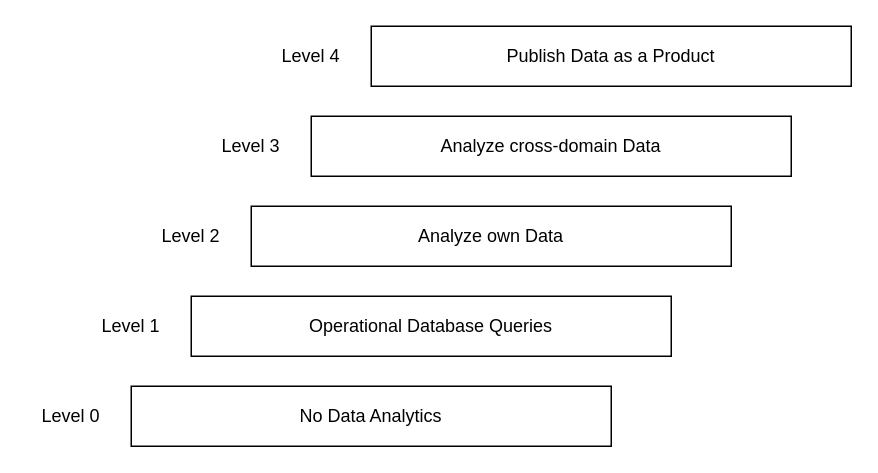
This is page "Status Quo" (1 of 2) of diagrams/domainteamjourney.drawio from datamesh-architecture/datamesh-architecture.com, a draw.io file, before an edit. Source tidied: cells renumbered, new cells numbered last; positions are measured from the earlier drawing's top-left corner, leaving out a move shared by most shapes. Both pictures are drawn from the tidied source at 150%, with x=0, y=0 at pixel (26, 26).
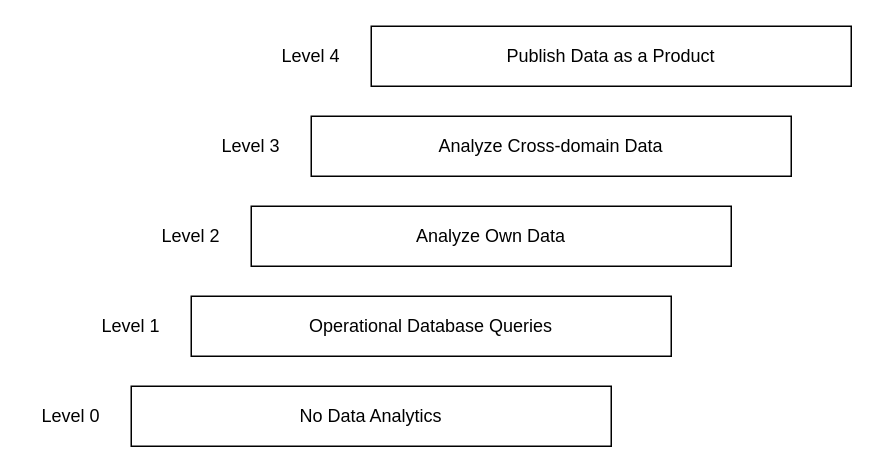
The same diagram, later.

What changed in the source:
```diff
@@
 <mxGraphModel>
   <root>
     <mxCell id="0" />
     <mxCell id="1" parent="0" />
     <mxCell id="2" value="No Data Analytics" style="rounded=0;whiteSpace=wrap;html=1;" parent="1" vertex="1">
       <mxGeometry x="70" y="240" width="320" height="40" as="geometry" />
     </mxCell>
     <mxCell id="3" value="Operational Database Queries" style="rounded=0;whiteSpace=wrap;html=1;" parent="1" vertex="1">
       <mxGeometry x="110" y="180" width="320" height="40" as="geometry" />
     </mxCell>
-    <mxCell id="4" value="Analyze own Data" style="rounded=0;whiteSpace=wrap;html=1;" parent="1" vertex="1">
+    <mxCell id="4" value="Analyze Own Data" style="rounded=0;whiteSpace=wrap;html=1;" parent="1" vertex="1">
       <mxGeometry x="150" y="120" width="320" height="40" as="geometry" />
     </mxCell>
-    <mxCell id="5" value="Analyze cross-domain Data" style="rounded=0;whiteSpace=wrap;html=1;" parent="1" vertex="1">
+    <mxCell id="5" value="Analyze Cross-domain Data" style="rounded=0;whiteSpace=wrap;html=1;" parent="1" vertex="1">
       <mxGeometry x="190" y="60" width="320" height="40" as="geometry" />
     </mxCell>
     <mxCell id="6" value="Publish Data as a Product" style="rounded=0;whiteSpace=wrap;html=1;" parent="1" vertex="1">
       <mxGeometry x="230" width="320" height="40" as="geometry" />
     </mxCell>
     <mxCell id="7" value="Level 4" style="text;html=1;strokeColor=none;fillColor=none;align=center;verticalAlign=middle;whiteSpace=wrap;rounded=0;" parent="1" vertex="1">
       <mxGeometry x="160" y="5" width="60" height="30" as="geometry" />
     </mxCell>
     <mxCell id="8" value="Level 3" style="text;html=1;strokeColor=none;fillColor=none;align=center;verticalAlign=middle;whiteSpace=wrap;rounded=0;" parent="1" vertex="1">
       <mxGeometry x="120" y="65" width="60" height="30" as="geometry" />
     </mxCell>
     <mxCell id="9" value="Level 2" style="text;html=1;strokeColor=none;fillColor=none;align=center;verticalAlign=middle;whiteSpace=wrap;rounded=0;" parent="1" vertex="1">
       <mxGeometry x="80" y="125" width="60" height="30" as="geometry" />
     </mxCell>
     <mxCell id="10" value="Level 1" style="text;html=1;strokeColor=none;fillColor=none;align=center;verticalAlign=middle;whiteSpace=wrap;rounded=0;" parent="1" vertex="1">
       <mxGeometry x="40" y="185" width="60" height="30" as="geometry" />
     </mxCell>
     <mxCell id="11" value="Level 0" style="text;html=1;strokeColor=none;fillColor=none;align=center;verticalAlign=middle;whiteSpace=wrap;rounded=0;" parent="1" vertex="1">
       <mxGeometry y="245" width="60" height="30" as="geometry" />
     </mxCell>
   </root>
 </mxGraphModel>
```
